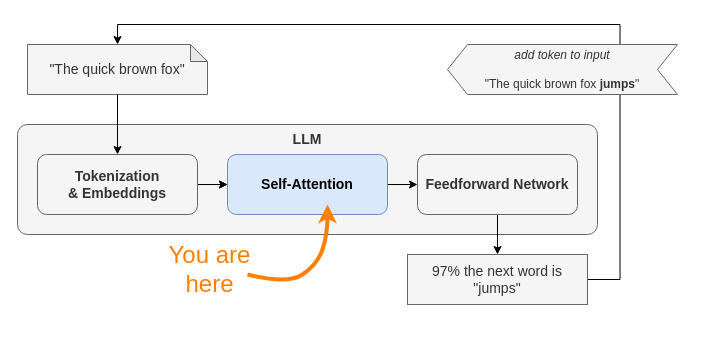
Before: book/images/attention/llm-flow-self-attention.drawio in yshavit/llm-notes, a draw.io diagram. Source tidied: cells renumbered, new cells numbered last; positions are measured from the earlier drawing's top-left corner, leaving out a move shared by most shapes. Both pictures are drawn from the tidied source at 100%, with x=0, y=0 at pixel (17, 44).
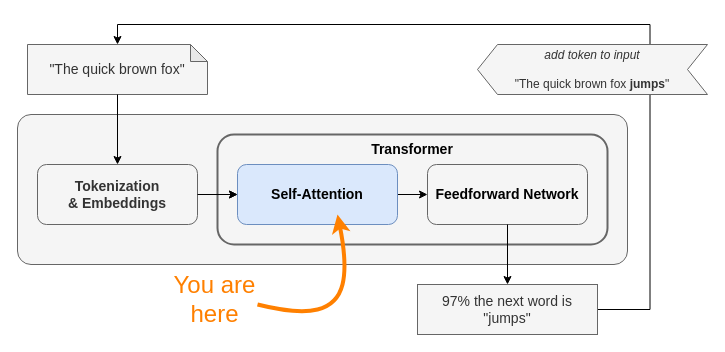
The same diagram, later.

Commit message (it also covers changes not shown here):
add transformer to architecture

Change to the diagram source:
```diff
@@
-    <mxCell id="3" value="LLM" style="rounded=1;whiteSpace=wrap;html=1;fillColor=#f5f5f5;strokeColor=#666666;arcSize=9;verticalAlign=top;fontSize=14;fontStyle=1;labelBackgroundColor=none;fontColor=#333333;" parent="1" vertex="1">
-      <mxGeometry y="80" width="580" height="110" as="geometry" />
-    </mxCell>
-    <mxCell id="4" style="edgeStyle=orthogonalEdgeStyle;rounded=0;jettySize=auto;html=1;" parent="1" edge="1" source="6" target="8">
-      <mxGeometry relative="1" as="geometry" />
-    </mxCell>
-    <mxCell id="5" style="edgeStyle=orthogonalEdgeStyle;rounded=0;jettySize=auto;html=1;" parent="1" edge="1" source="6" target="8">
-      <mxGeometry relative="1" as="geometry" />
-    </mxCell>
+    <mxCell id="18" style="rounded=1;whiteSpace=wrap;html=1;fillColor=#f5f5f5;strokeColor=#666666;arcSize=9;verticalAlign=top;fontSize=14;fontStyle=1;labelBackgroundColor=none;fontColor=#333333;" parent="1" vertex="1">
+      <mxGeometry y="70" width="610" height="150" as="geometry" />
+    </mxCell>
+    <mxCell id="19" style="edgeStyle=orthogonalEdgeStyle;rounded=0;jettySize=auto;html=1;fontColor=#000000;" parent="1" edge="1" source="6" target="8">
+      <mxGeometry relative="1" as="geometry" />
+    </mxCell>
     <mxCell id="6" value="&lt;b&gt;Tokenization&lt;br&gt;&amp;amp; Embeddings&lt;/b&gt;" style="rounded=1;whiteSpace=wrap;html=1;fillColor=#f5f5f5;strokeColor=#666666;fontSize=14;fontColor=#333333;" parent="1" vertex="1">
-      <mxGeometry x="20" y="110" width="160" height="60" as="geometry" />
+      <mxGeometry x="20" y="120" width="160" height="60" as="geometry" />
     </mxCell>
-    <mxCell id="7" style="edgeStyle=orthogonalEdgeStyle;rounded=0;jettySize=auto;html=1;" parent="1" edge="1" source="8" target="10">
+    <mxCell id="7" style="edgeStyle=orthogonalEdgeStyle;rounded=0;jettySize=auto;html=1;fontColor=#000000;" parent="1" edge="1" source="8" target="10">
       <mxGeometry relative="1" as="geometry" />
     </mxCell>
     <mxCell id="8" value="&lt;b&gt;Self-Attention&lt;/b&gt;" style="rounded=1;whiteSpace=wrap;html=1;fillColor=#dae8fc;strokeColor=#6c8ebf;fontSize=14;" parent="1" vertex="1">
-      <mxGeometry x="210" y="110" width="160" height="60" as="geometry" />
+      <mxGeometry x="220" y="120" width="160" height="60" as="geometry" />
     </mxCell>
-    <mxCell id="9" style="edgeStyle=orthogonalEdgeStyle;rounded=0;jettySize=auto;html=1;" parent="1" edge="1" source="10" target="12">
-      <mxGeometry relative="1" as="geometry" />
-    </mxCell>
-    <mxCell id="10" value="&lt;b&gt;Feedforward Network&lt;/b&gt;" style="rounded=1;whiteSpace=wrap;html=1;fillColor=#f5f5f5;fontColor=#333333;strokeColor=#666666;fontSize=14;" parent="1" vertex="1">
-      <mxGeometry x="400" y="110" width="160" height="60" as="geometry" />
+    <mxCell id="10" value="&lt;b&gt;Feedforward Network&lt;/b&gt;" style="rounded=1;whiteSpace=wrap;html=1;fillColor=#f5f5f5;fontColor=#000000;strokeColor=#666666;fontSize=14;" parent="1" vertex="1">
+      <mxGeometry x="410" y="120" width="160" height="60" as="geometry" />
     </mxCell>
@@
     <mxCell id="12" value="97% the next word is &quot;jumps&quot;" style="rounded=0;whiteSpace=wrap;html=1;fontSize=14;fillColor=#f5f5f5;strokeColor=#666666;fontColor=#333333;" parent="1" vertex="1">
-      <mxGeometry x="390" y="210" width="180" height="50" as="geometry" />
+      <mxGeometry x="400" y="240" width="180" height="50" as="geometry" />
     </mxCell>
@@
     <mxCell id="14" value="&lt;i&gt;add token to input&lt;/i&gt;&lt;div&gt;&lt;br&gt;&lt;/div&gt;&lt;div&gt;&quot;The quick brown fox &lt;b&gt;jumps&lt;/b&gt;&quot;&lt;/div&gt;" style="shape=step;perimeter=stepPerimeter;whiteSpace=wrap;html=1;fixedSize=1;fillColor=#f5f5f5;strokeColor=#666666;size=20;flipH=1;fontColor=#333333;" parent="1" vertex="1">
-      <mxGeometry x="430" width="230" height="50" as="geometry" />
+      <mxGeometry x="460" width="230" height="50" as="geometry" />
     </mxCell>
@@
+    <mxCell id="20" value="Transformer" style="rounded=1;whiteSpace=wrap;html=1;verticalAlign=top;fontSize=14;strokeWidth=2;fillColor=none;fontStyle=1;strokeColor=#666666;fontColor=#000000;" parent="1" vertex="1">
+      <mxGeometry x="200" y="90" width="390" height="110" as="geometry" />
+    </mxCell>
+    <mxCell id="21" style="edgeStyle=orthogonalEdgeStyle;rounded=0;jettySize=auto;html=1;fontColor=#000000;" parent="1" edge="1" source="6" target="8">
+      <mxGeometry relative="1" as="geometry" />
+    </mxCell>
+    <mxCell id="9" style="edgeStyle=orthogonalEdgeStyle;rounded=0;jettySize=auto;html=1;" parent="1" edge="1" source="10" target="12">
+      <mxGeometry relative="1" as="geometry" />
+    </mxCell>
+    <mxCell id="17" value="You are here" style="text;strokeColor=none;fillColor=none;align=center;verticalAlign=middle;rounded=0;fontSize=24;fontColor=#FF8000;labelBorderColor=none;textShadow=0;horizontal=1;glass=0;shadow=0;labelBackgroundColor=none;whiteSpace=wrap;html=1;convertToSvg=0;" parent="1" vertex="1">
+      <mxGeometry x="150" y="240" width="95" height="30" as="geometry" />
+    </mxCell>
     <mxCell id="16" style="curved=1;endArrow=classic;html=1;rounded=0;endFill=1;strokeWidth=4;fillColor=#d80073;strokeColor=#FF8000;startFill=1;comic=0;" parent="1" edge="1">
       <mxGeometry relative="1" as="geometry">
-        <mxPoint x="230" y="230" as="sourcePoint" />
-        <mxPoint x="310" y="160" as="targetPoint" />
+        <mxPoint x="240" y="260" as="sourcePoint" />
+        <mxPoint x="320" y="170" as="targetPoint" />
         <Array as="points">
-          <mxPoint x="270" y="240" />
-          <mxPoint x="300" y="220" />
-          <mxPoint x="310" y="190" />
+          <mxPoint x="280" y="270" />
+          <mxPoint x="320" y="260" />
+          <mxPoint x="330" y="220" />
         </Array>
       </mxGeometry>
     </mxCell>
-    <mxCell id="17" value="You are here" style="text;strokeColor=none;fillColor=none;align=center;verticalAlign=middle;rounded=0;fontSize=24;fontColor=#FF8000;labelBorderColor=none;textShadow=0;horizontal=1;glass=0;shadow=0;labelBackgroundColor=none;whiteSpace=wrap;html=1;convertToSvg=0;" parent="1" vertex="1">
-      <mxGeometry x="145" y="210" width="95" height="30" as="geometry" />
-    </mxCell>
```
